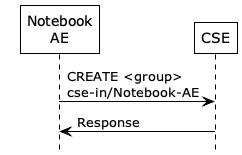
ankraft/onem2m-jupyter-notebooks keeps this PlantUML diagram as images/04/create_group.png. Above is the earlier version. The source it was exported from:
```plantuml
@startuml
hide footbox
!theme plain
skinparam backgroundcolor transparent

participant "Notebook\nAE" as AE
participant "CSE" as CSE

AE -> CSE: CREATE <group>\ncse-in/Notebook-AE
AE <- CSE: Response

@enduml
```
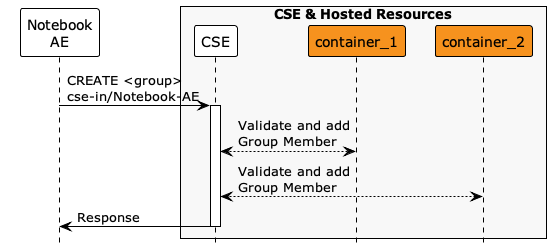
Later version of the same file.

Commit message:
Improved <group> sequence diagrams. Improved name consistency for group members.

The edit, as a diff of the source:
```diff
@@ -3,10 +3,18 @@
 !theme plain
 skinparam backgroundcolor transparent
 
+
 participant "Notebook\nAE" as AE
+box "CSE & Hosted Resources" #f8f8f8
 participant "CSE" as CSE
+participant "container_1" as container_1 #F6921E
+participant "container_2" as container_2 #F6921E
+end box
 
-AE -> CSE: CREATE <group>\ncse-in/Notebook-AE
-AE <- CSE: Response
+
+AE -> CSE ++: CREATE <group>\ncse-in/Notebook-AE
+CSE <--> container_1: Validate and add\nGroup Member
+CSE <--> container_2: Validate and add\nGroup Member
+AE <- CSE --: Response
 
 @enduml
```
